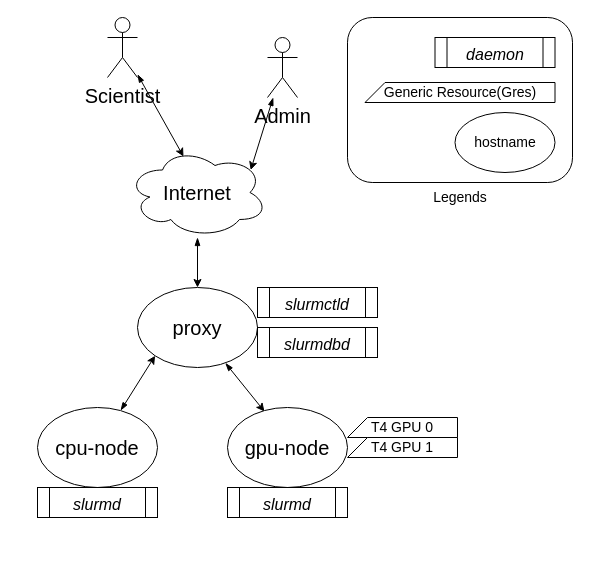
Above: slurm/assets/topology.drawio in Yonsei-Stats-and-Data-Science/chili-pepper (draw.io), before the change. Source tidied: cells renumbered, new cells numbered last; positions are measured from the earlier drawing's top-left corner, leaving out a move shared by most shapes. Both pictures are drawn from the tidied source at 100%, with x=0, y=0 at pixel (37, 17).
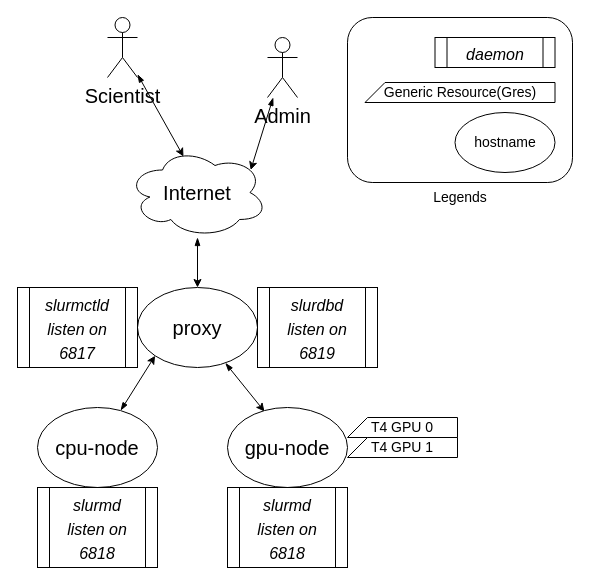
Above is the later version.

What changed in the source:
```diff
@@
-    <mxCell id="14" value="&lt;i&gt;&lt;font style=&quot;font-size: 16px&quot;&gt;slurmctld&lt;/font&gt;&lt;/i&gt;" style="shape=process;whiteSpace=wrap;html=1;backgroundOutline=1;fontSize=20;" parent="1" vertex="1">
-      <mxGeometry x="220" y="270" width="120" height="30" as="geometry" />
+    <mxCell id="14" value="&lt;i&gt;&lt;font style=&quot;font-size: 16px&quot;&gt;slurmctld&lt;br&gt;listen on&lt;br&gt;6817&lt;br&gt;&lt;/font&gt;&lt;/i&gt;" style="shape=process;whiteSpace=wrap;html=1;backgroundOutline=1;fontSize=20;" parent="1" vertex="1">
+      <mxGeometry x="-20" y="270" width="120" height="80" as="geometry" />
     </mxCell>
-    <mxCell id="15" value="&lt;i&gt;&lt;font style=&quot;font-size: 16px&quot;&gt;slurmdbd&lt;/font&gt;&lt;/i&gt;" style="shape=process;whiteSpace=wrap;html=1;backgroundOutline=1;fontSize=20;" parent="1" vertex="1">
-      <mxGeometry x="220" y="310" width="120" height="30" as="geometry" />
-    </mxCell>
-    <mxCell id="16" value="&lt;i&gt;&lt;font style=&quot;font-size: 16px&quot;&gt;slurmd&lt;/font&gt;&lt;/i&gt;" style="shape=process;whiteSpace=wrap;html=1;backgroundOutline=1;fontSize=20;" parent="1" vertex="1">
-      <mxGeometry y="470" width="120" height="30" as="geometry" />
+    <mxCell id="16" value="&lt;i&gt;&lt;font style=&quot;font-size: 16px&quot;&gt;slurmd&lt;br&gt;listen on 6818&lt;br&gt;&lt;/font&gt;&lt;/i&gt;" style="shape=process;whiteSpace=wrap;html=1;backgroundOutline=1;fontSize=20;" parent="1" vertex="1">
+      <mxGeometry y="470" width="120" height="80" as="geometry" />
     </mxCell>
-    <mxCell id="17" value="&lt;i&gt;&lt;font style=&quot;font-size: 16px&quot;&gt;slurmd&lt;/font&gt;&lt;/i&gt;" style="shape=process;whiteSpace=wrap;html=1;backgroundOutline=1;fontSize=20;" parent="1" vertex="1">
-      <mxGeometry x="190" y="470" width="120" height="30" as="geometry" />
-    </mxCell>
@@
+    <mxCell id="25" value="&lt;i&gt;&lt;font style=&quot;font-size: 16px&quot;&gt;slurmd&lt;br&gt;listen on 6818&lt;br&gt;&lt;/font&gt;&lt;/i&gt;" style="shape=process;whiteSpace=wrap;html=1;backgroundOutline=1;fontSize=20;" parent="1" vertex="1">
+      <mxGeometry x="190" y="470" width="120" height="80" as="geometry" />
+    </mxCell>
+    <mxCell id="26" value="&lt;i&gt;&lt;font style=&quot;font-size: 16px&quot;&gt;slurdbd&lt;br&gt;listen on&lt;br&gt;6819&lt;br&gt;&lt;/font&gt;&lt;/i&gt;" style="shape=process;whiteSpace=wrap;html=1;backgroundOutline=1;fontSize=20;" parent="1" vertex="1">
+      <mxGeometry x="220" y="270" width="120" height="80" as="geometry" />
+    </mxCell>
```
